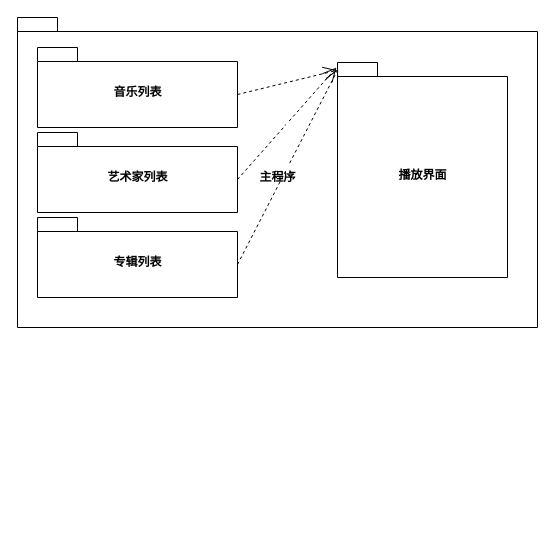
This is Untitled Diagram.drawio from MaverickMing/ChuancyGitHub, a draw.io file, before an edit. Source tidied: cells renumbered, new cells numbered last; positions are measured from the earlier drawing's top-left corner, leaving out a move shared by most shapes. Both pictures are drawn from the tidied source at 100%, with x=0, y=0 at pixel (17, 17).
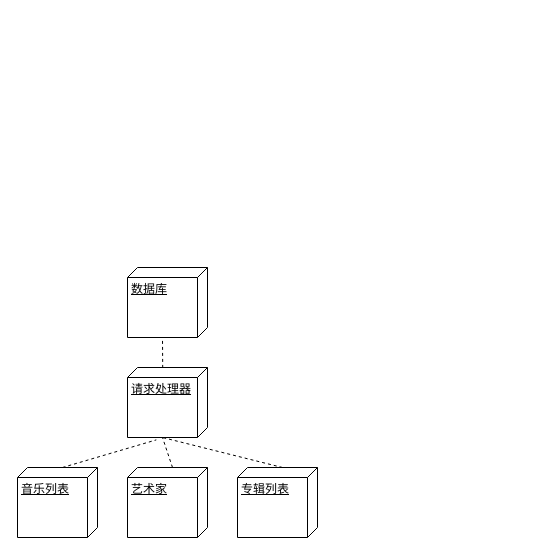
The same page after the edit.

Diff of the diagram source:
```diff
@@
 <mxGraphModel>
   <root>
     <mxCell id="0" />
     <mxCell id="1" parent="0" />
-    <mxCell id="2" value="主程序" style="shape=folder;fontStyle=1;spacingTop=10;tabWidth=40;tabHeight=14;tabPosition=left;html=1;" parent="1" vertex="1">
-      <mxGeometry width="520" height="310" as="geometry" />
-    </mxCell>
+    <mxCell id="10" value="数据库" style="verticalAlign=top;align=left;spacingTop=8;spacingLeft=2;spacingRight=12;shape=cube;size=10;direction=south;fontStyle=4;html=1;" parent="1" vertex="1">
+      <mxGeometry x="110" y="250" width="80" height="70" as="geometry" />
+    </mxCell>
+    <mxCell id="11" value="请求处理器" style="verticalAlign=top;align=left;spacingTop=8;spacingLeft=2;spacingRight=12;shape=cube;size=10;direction=south;fontStyle=4;html=1;" parent="1" vertex="1">
+      <mxGeometry x="110" y="350" width="80" height="70" as="geometry" />
+    </mxCell>
-    <mxCell id="3" value="音乐列表" style="shape=folder;fontStyle=1;spacingTop=10;tabWidth=40;tabHeight=14;tabPosition=left;html=1;" parent="1" vertex="1">
-      <mxGeometry x="20" y="30" width="200" height="80" as="geometry" />
+    <mxCell id="3" value="音乐列表" style="verticalAlign=top;align=left;spacingTop=8;spacingLeft=2;spacingRight=12;shape=cube;size=10;direction=south;fontStyle=4;html=1;" parent="1" vertex="1">
+      <mxGeometry y="450" width="80" height="70" as="geometry" />
     </mxCell>
-    <mxCell id="4" value="艺术家列表" style="shape=folder;fontStyle=1;spacingTop=10;tabWidth=40;tabHeight=14;tabPosition=left;html=1;" parent="1" vertex="1">
-      <mxGeometry x="20" y="115" width="200" height="80" as="geometry" />
-    </mxCell>
+    <mxCell id="12" value="艺术家" style="verticalAlign=top;align=left;spacingTop=8;spacingLeft=2;spacingRight=12;shape=cube;size=10;direction=south;fontStyle=4;html=1;" parent="1" vertex="1">
+      <mxGeometry x="110" y="450" width="80" height="70" as="geometry" />
+    </mxCell>
-    <mxCell id="5" value="专辑列表" style="shape=folder;fontStyle=1;spacingTop=10;tabWidth=40;tabHeight=14;tabPosition=left;html=1;" parent="1" vertex="1">
-      <mxGeometry x="20" y="200" width="200" height="80" as="geometry" />
+    <mxCell id="5" value="专辑列表" style="verticalAlign=top;align=left;spacingTop=8;spacingLeft=2;spacingRight=12;shape=cube;size=10;direction=south;fontStyle=4;html=1;" parent="1" vertex="1">
+      <mxGeometry x="220" y="450" width="80" height="70" as="geometry" />
     </mxCell>
-    <mxCell id="6" value="播放界面" style="shape=folder;fontStyle=1;spacingTop=10;tabWidth=40;tabHeight=14;tabPosition=left;html=1;" parent="1" vertex="1">
-      <mxGeometry x="320" y="45" width="170" height="215" as="geometry" />
-    </mxCell>
-    <mxCell id="7" value="&amp;nbsp;" style="endArrow=open;endSize=12;dashed=1;html=1;exitX=0;exitY=0;exitDx=200;exitDy=47;exitPerimeter=0;entryX=-0.001;entryY=0.036;entryDx=0;entryDy=0;entryPerimeter=0;" parent="1" edge="1" source="3" target="6">
-      <mxGeometry x="0.02" y="-1" relative="1" as="geometry" />
-    </mxCell>
-    <mxCell id="8" value="&amp;nbsp;" style="endArrow=open;endSize=12;dashed=1;html=1;exitX=0;exitY=0;exitDx=200;exitDy=47;exitPerimeter=0;" parent="1" edge="1" source="4">
-      <mxGeometry relative="1" as="geometry">
-        <mxPoint x="319" y="50" as="targetPoint" />
-      </mxGeometry>
-    </mxCell>
-    <mxCell id="9" value="&amp;nbsp;" style="endArrow=open;endSize=12;dashed=1;html=1;exitX=0;exitY=0;exitDx=200;exitDy=47;exitPerimeter=0;entryX=0.004;entryY=0.03;entryDx=0;entryDy=0;entryPerimeter=0;" parent="1" edge="1" source="5" target="6">
-      <mxGeometry relative="1" as="geometry" />
-    </mxCell>
+    <mxCell id="13" style="endArrow=none;dashed=1;html=1;entryX=1.034;entryY=0.64;entryDx=0;entryDy=0;entryPerimeter=0;exitX=0;exitY=0;exitDx=0;exitDy=35;exitPerimeter=0;" parent="1" edge="1" source="3" target="11">
+      <mxGeometry relative="1" as="geometry" />
+    </mxCell>
+    <mxCell id="14" style="endArrow=none;dashed=1;html=1;entryX=0;entryY=0;entryDx=70;entryDy=45;entryPerimeter=0;exitX=0.006;exitY=0.56;exitDx=0;exitDy=0;exitPerimeter=0;" parent="1" edge="1" source="11" target="10">
+      <mxGeometry relative="1" as="geometry" />
+    </mxCell>
+    <mxCell id="15" style="endArrow=none;dashed=1;html=1;entryX=0;entryY=0;entryDx=70;entryDy=45;entryPerimeter=0;exitX=0;exitY=0;exitDx=0;exitDy=35;exitPerimeter=0;" parent="1" edge="1" source="12" target="11">
+      <mxGeometry relative="1" as="geometry" />
+    </mxCell>
+    <mxCell id="16" style="endArrow=none;dashed=1;html=1;entryX=0;entryY=0;entryDx=70;entryDy=45;entryPerimeter=0;exitX=0;exitY=0;exitDx=0;exitDy=35;exitPerimeter=0;" parent="1" edge="1" source="5" target="11">
+      <mxGeometry relative="1" as="geometry" />
+    </mxCell>
   </root>
 </mxGraphModel>
```
